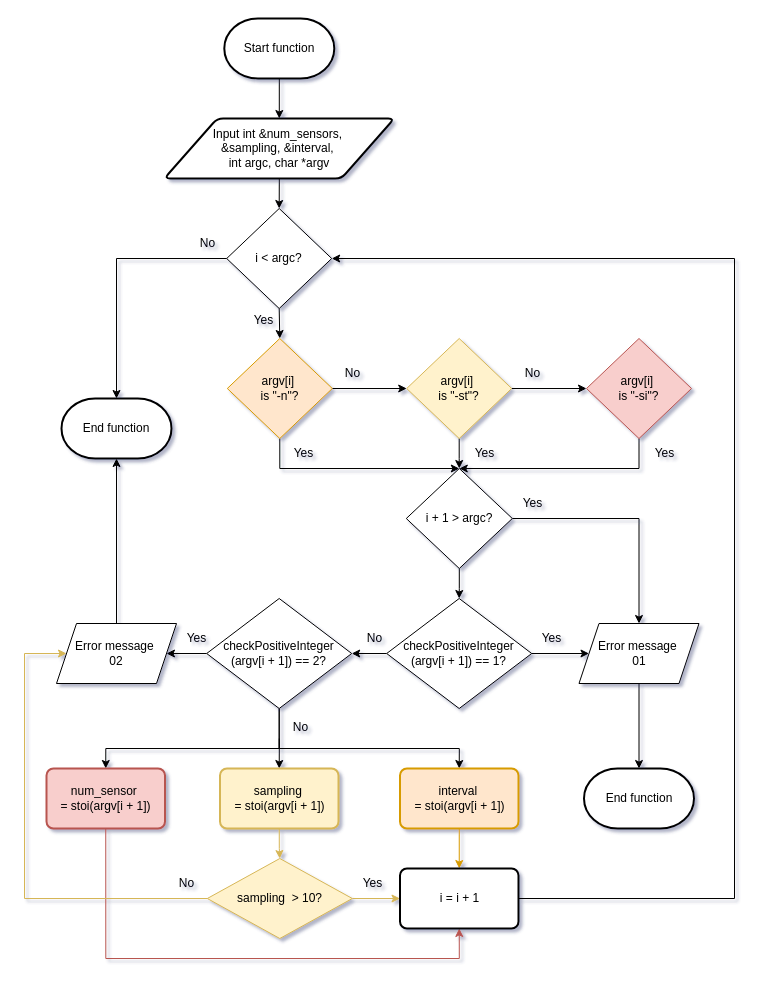
DweHoang04/EE3491_20241_Coding keeps this draw.io diagram as Mini_Project_Info/task_1.drawio. Above is the earlier version. Source tidied: cells renumbered, new cells numbered last; positions are measured from the earlier drawing's top-left corner, leaving out a move shared by most shapes. Both pictures are drawn from the tidied source at 100%, with x=0, y=0 at pixel (24, 18).
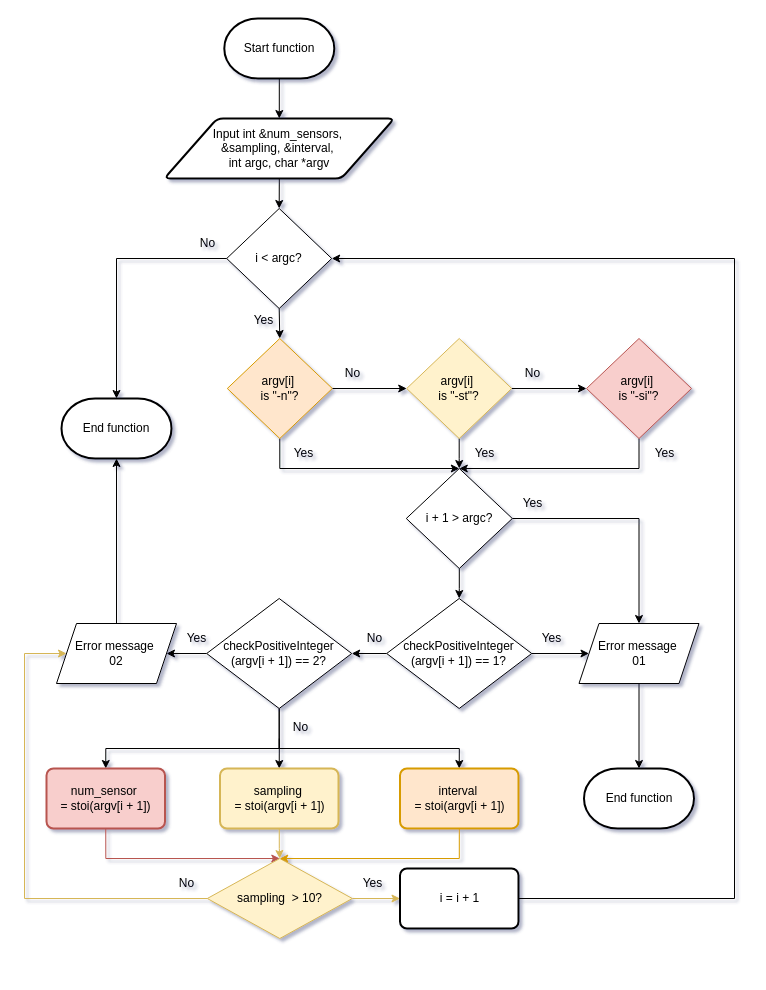
The same page after the edit.

Unchanged cells that the change refers to:
```xml
<mxCell id="19" value="num_sensor&amp;nbsp;&lt;div&gt;= stoi(argv[i + 1])&lt;/div&gt;" style="rounded=1;whiteSpace=wrap;html=1;absoluteArcSize=1;arcSize=14;strokeWidth=2;fillColor=#f8cecc;strokeColor=#b85450;" parent="1" vertex="1">
  <mxGeometry x="22" y="750" width="118.5" height="60" as="geometry" />
</mxCell>
<mxCell id="32" value="sampling&amp;nbsp; &amp;gt; 10?" style="rhombus;whiteSpace=wrap;html=1;fillColor=#fff2cc;strokeColor=#d6b656;" parent="1" vertex="1">
  <mxGeometry x="182.8" y="840" width="145" height="80" as="geometry" />
</mxCell>
<mxCell id="38" value="interval&amp;nbsp;&lt;div&gt;= stoi(argv[i + 1])&lt;/div&gt;" style="rounded=1;whiteSpace=wrap;html=1;absoluteArcSize=1;arcSize=14;strokeWidth=2;fillColor=#ffe6cc;strokeColor=#d79b00;" parent="1" vertex="1">
  <mxGeometry x="375.5" y="750" width="118.5" height="60" as="geometry" />
</mxCell>
<mxCell id="40" value="i = i + 1" style="rounded=1;whiteSpace=wrap;html=1;absoluteArcSize=1;arcSize=14;strokeWidth=2;" parent="1" vertex="1">
  <mxGeometry x="375.5" y="850" width="118.5" height="60" as="geometry" />
</mxCell>
```

The edit, as a diff of the source:
```diff
@@
-    <mxCell id="18" style="edgeStyle=orthogonalEdgeStyle;rounded=0;jettySize=auto;html=1;exitX=0.5;exitY=1;exitDx=0;exitDy=0;entryX=0.5;entryY=1;entryDx=0;entryDy=0;fillColor=#f8cecc;strokeColor=#b85450;" parent="1" edge="1" source="19" target="40">
+    <mxCell id="18" style="edgeStyle=orthogonalEdgeStyle;rounded=0;jettySize=auto;html=1;exitX=0.5;exitY=1;exitDx=0;exitDy=0;entryX=0.5;entryY=0;entryDx=0;entryDy=0;fillColor=#f8cecc;strokeColor=#b85450;" parent="1" edge="1" source="19" target="32">
       <mxGeometry relative="1" as="geometry">
         <Array as="points">
-          <mxPoint x="81" y="940" />
-          <mxPoint x="435" y="940" />
+          <mxPoint x="81" y="840" />
         </Array>
       </mxGeometry>
     </mxCell>
@@
-    <mxCell id="37" style="edgeStyle=orthogonalEdgeStyle;rounded=0;jettySize=auto;html=1;fillColor=#ffe6cc;strokeColor=#d79b00;" parent="1" edge="1" source="38" target="40">
-      <mxGeometry relative="1" as="geometry" />
+    <mxCell id="37" style="edgeStyle=orthogonalEdgeStyle;rounded=0;jettySize=auto;html=1;fillColor=#ffe6cc;strokeColor=#d79b00;entryX=0.5;entryY=0;entryDx=0;entryDy=0;" parent="1" edge="1" source="38" target="32">
+      <mxGeometry relative="1" as="geometry">
+        <Array as="points">
+          <mxPoint x="435" y="840" />
+        </Array>
+      </mxGeometry>
     </mxCell>
```
